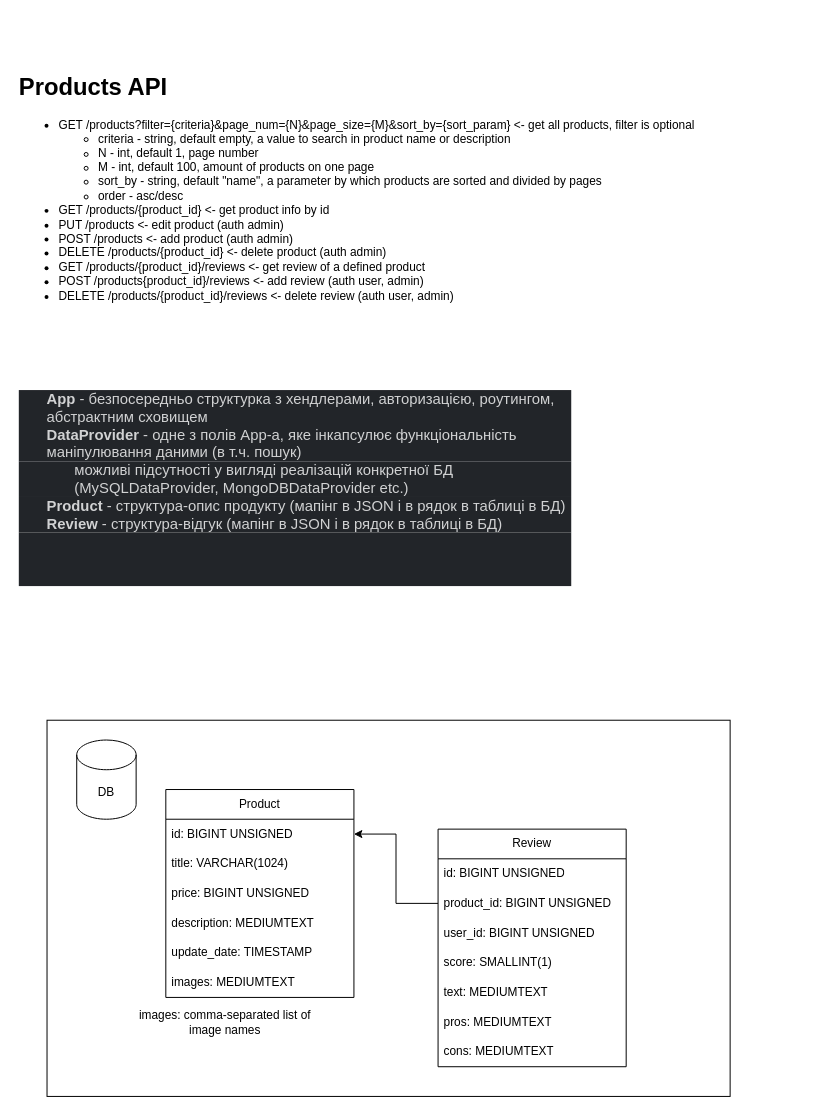
ArtemUgrimov/products_api keeps this draw.io diagram as Products API.drawio. Above is the earlier version. Source tidied: cells renumbered, new cells numbered last; positions are measured from the earlier drawing's top-left corner, leaving out a move shared by most shapes. Both pictures are drawn from the tidied source at 99%, with x=0, y=0 at pixel (17, 66).
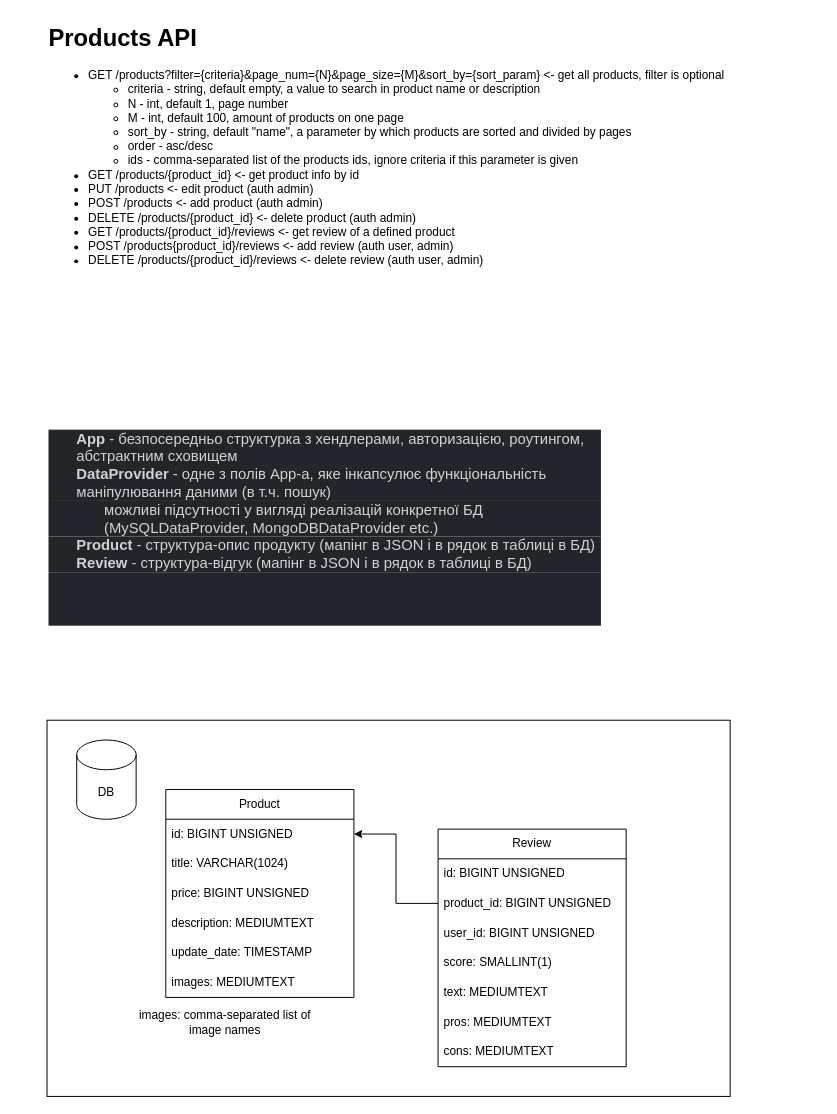
Above is the later version.

Change to the diagram source:
```diff
@@
-    <mxCell id="2" value="&lt;h1 style=&quot;margin-top: 0px;&quot;&gt;Products API&lt;br&gt;&lt;/h1&gt;&lt;ul&gt;&lt;li&gt;GET /products?filter={criteria}&amp;amp;page_num={N}&amp;amp;page_size={M}&amp;amp;sort_by={sort_param} &amp;lt;- get all products, filter is optional&lt;/li&gt;&lt;ul&gt;&lt;li&gt;criteria - string, default empty, a value to search in product name or description&lt;/li&gt;&lt;li&gt;N - int, default 1, page number&lt;/li&gt;&lt;li&gt;M - int, default 100, amount of products on one page&lt;/li&gt;&lt;li&gt;sort_by - string, default &quot;name&quot;, a parameter by which products are sorted and divided by pages&lt;br&gt;&lt;/li&gt;&lt;li&gt;order - asc/desc&lt;/li&gt;&lt;/ul&gt;&lt;li&gt;GET /products/{product_id} &amp;lt;- get product info by id&lt;/li&gt;&lt;li&gt;&lt;span style=&quot;background-color: initial;&quot;&gt;PUT /products &amp;lt;- edit product (auth admin)&lt;/span&gt;&lt;br&gt;&lt;/li&gt;&lt;li&gt;POST /products &amp;lt;- add product (auth admin)&lt;br&gt;&lt;/li&gt;&lt;li&gt;DELETE /products/{product_id} &amp;lt;- delete product (auth admin)&lt;br&gt;&lt;/li&gt;&lt;li&gt;GET /products/{product_id}/reviews &amp;lt;- get review of a defined product&lt;/li&gt;&lt;li&gt;POST /products{product_id}/reviews&amp;nbsp;&amp;lt;- add review (auth user, admin)&lt;br&gt;&lt;/li&gt;&lt;li&gt;DELETE /products/{product_id}/reviews&amp;nbsp;&amp;lt;- delete review (auth user, admin)&lt;/li&gt;&lt;/ul&gt;" style="text;html=1;whiteSpace=wrap;overflow=hidden;rounded=0;" parent="1" vertex="1">
-      <mxGeometry width="780" height="250" as="geometry" />
+    <mxCell id="2" value="&lt;h1 style=&quot;margin-top: 0px;&quot;&gt;Products API&lt;br&gt;&lt;/h1&gt;&lt;ul&gt;&lt;li&gt;GET /products?filter={criteria}&amp;amp;page_num={N}&amp;amp;page_size={M}&amp;amp;sort_by={sort_param} &amp;lt;- get all products, filter is optional&lt;/li&gt;&lt;ul&gt;&lt;li&gt;criteria - string, default empty, a value to search in product name or description&lt;/li&gt;&lt;li&gt;N - int, default 1, page number&lt;/li&gt;&lt;li&gt;M - int, default 100, amount of products on one page&lt;/li&gt;&lt;li&gt;sort_by - string, default &quot;name&quot;, a parameter by which products are sorted and divided by pages&lt;br&gt;&lt;/li&gt;&lt;li&gt;order - asc/desc&lt;/li&gt;&lt;li&gt;ids - comma-separated list of the products ids, ignore criteria if this parameter is given&lt;br&gt;&lt;/li&gt;&lt;/ul&gt;&lt;li&gt;GET /products/{product_id} &amp;lt;- get product info by id&lt;/li&gt;&lt;li&gt;&lt;span style=&quot;background-color: initial;&quot;&gt;PUT /products &amp;lt;- edit product (auth admin)&lt;/span&gt;&lt;br&gt;&lt;/li&gt;&lt;li&gt;POST /products &amp;lt;- add product (auth admin)&lt;br&gt;&lt;/li&gt;&lt;li&gt;DELETE /products/{product_id} &amp;lt;- delete product (auth admin)&lt;br&gt;&lt;/li&gt;&lt;li&gt;GET /products/{product_id}/reviews &amp;lt;- get review of a defined product&lt;/li&gt;&lt;li&gt;POST /products{product_id}/reviews&amp;nbsp;&amp;lt;- add review (auth user, admin)&lt;br&gt;&lt;/li&gt;&lt;li&gt;DELETE /products/{product_id}/reviews&amp;nbsp;&amp;lt;- delete review (auth user, admin)&lt;/li&gt;&lt;/ul&gt;" style="text;html=1;whiteSpace=wrap;overflow=hidden;rounded=0;" parent="1" vertex="1">
+      <mxGeometry x="30" y="-50" width="780" height="280" as="geometry" />
     </mxCell>
     <mxCell id="3" value="&lt;ul class=&quot;p-rich_text_list p-rich_text_list__bullet&quot; style=&quot;box-sizing: inherit; margin: 0px; padding: 0px; list-style-type: none; color: rgb(209, 210, 211); font-family: Slack-Lato, Slack-Fractions, appleLogo, sans-serif; font-size: 15px; font-style: normal; font-variant-ligatures: common-ligatures; font-variant-caps: normal; font-weight: 400; letter-spacing: normal; orphans: 2; text-align: left; text-indent: 0px; text-transform: none; widows: 2; word-spacing: 0px; -webkit-text-stroke-width: 0px; white-space: normal; background-color: rgb(34, 37, 41); text-decoration-thickness: initial; text-decoration-style: initial; text-decoration-color: initial;&quot;&gt;&lt;li style=&quot;box-sizing: inherit; margin-bottom: 0px; margin-left: 28px; list-style-type: none;&quot;&gt;&lt;b style=&quot;box-sizing: inherit;&quot;&gt;App&lt;/b&gt;&lt;span&gt;&amp;nbsp;&lt;/span&gt;- безпосередньо структурка з хендлерами, авторизацією, роутингом, абстрактним сховищем&lt;/li&gt;&lt;li style=&quot;box-sizing: inherit; margin-bottom: 0px; margin-left: 28px; list-style-type: none;&quot;&gt;&lt;b style=&quot;box-sizing: inherit;&quot;&gt;DataProvider&lt;/b&gt;&lt;span&gt;&amp;nbsp;&lt;/span&gt;- одне з полів App-a, яке інкапсулює функціональність маніпулювання даними (в т.ч. пошук)&lt;/li&gt;&lt;/ul&gt;&lt;ul class=&quot;p-rich_text_list p-rich_text_list__bullet&quot; style=&quot;box-sizing: inherit; margin: 0px; padding: 0px; list-style-type: none; color: rgb(209, 210, 211); font-family: Slack-Lato, Slack-Fractions, appleLogo, sans-serif; font-size: 15px; font-style: normal; font-variant-ligatures: common-ligatures; font-variant-caps: normal; font-weight: 400; letter-spacing: normal; orphans: 2; text-align: left; text-indent: 0px; text-transform: none; widows: 2; word-spacing: 0px; -webkit-text-stroke-width: 0px; white-space: normal; background-color: rgb(34, 37, 41); text-decoration-thickness: initial; text-decoration-style: initial; text-decoration-color: initial;&quot;&gt;&lt;li style=&quot;box-sizing: inherit; margin-bottom: 0px; margin-left: 56px; list-style-type: none;&quot;&gt;можливі підсутності у вигляді реалізацій конкретної БД (MySQLDataProvider, MongoDBDataProvider etc.)&lt;/li&gt;&lt;/ul&gt;&lt;ul class=&quot;p-rich_text_list p-rich_text_list__bullet&quot; style=&quot;box-sizing: inherit; margin: 0px; padding: 0px; list-style-type: none; color: rgb(209, 210, 211); font-family: Slack-Lato, Slack-Fractions, appleLogo, sans-serif; font-size: 15px; font-style: normal; font-variant-ligatures: common-ligatures; font-variant-caps: normal; font-weight: 400; letter-spacing: normal; orphans: 2; text-align: left; text-indent: 0px; text-transform: none; widows: 2; word-spacing: 0px; -webkit-text-stroke-width: 0px; white-space: normal; background-color: rgb(34, 37, 41); text-decoration-thickness: initial; text-decoration-style: initial; text-decoration-color: initial;&quot;&gt;&lt;li style=&quot;box-sizing: inherit; margin-bottom: 0px; margin-left: 28px; list-style-type: none;&quot;&gt;&lt;b style=&quot;box-sizing: inherit;&quot;&gt;Product&lt;/b&gt;&lt;span&gt;&amp;nbsp;&lt;/span&gt;- структура-опис продукту (мапінг в JSON і в рядок в таблиці в БД)&lt;/li&gt;&lt;li style=&quot;box-sizing: inherit; margin-bottom: 0px; margin-left: 28px; list-style-type: none;&quot;&gt;&lt;b style=&quot;box-sizing: inherit;&quot;&gt;Review&lt;span&gt;&amp;nbsp;&lt;/span&gt;&lt;/b&gt;- структура-відгук (мапінг в JSON і в рядок в таблиці в БД)&lt;/li&gt;&lt;/ul&gt;&lt;div class=&quot;p-rich_text_section&quot; style=&quot;box-sizing: inherit; counter-reset: list-0 0 list-1 0 list-2 0 list-3 0 list-4 0 list-5 0 list-6 0 list-7 0 list-8 0 list-9 0; color: rgb(209, 210, 211); font-family: Slack-Lato, Slack-Fractions, appleLogo, sans-serif; font-size: 15px; font-style: normal; font-variant-ligatures: common-ligatures; font-variant-caps: normal; font-weight: 400; letter-spacing: normal; orphans: 2; text-align: left; text-indent: 0px; text-transform: none; widows: 2; word-spacing: 0px; -webkit-text-stroke-width: 0px; white-space: normal; background-color: rgb(34, 37, 41); text-decoration-thickness: initial; text-decoration-style: initial; text-decoration-color: initial;&quot;&gt;&lt;br class=&quot;Apple-interchange-newline&quot;&gt;&#10;&#10;&lt;/div&gt;" style="text;whiteSpace=wrap;html=1;" parent="1" vertex="1">
-      <mxGeometry y="320" width="560" height="240" as="geometry" />
+      <mxGeometry x="30" y="360" width="560" height="240" as="geometry" />
     </mxCell>
```
